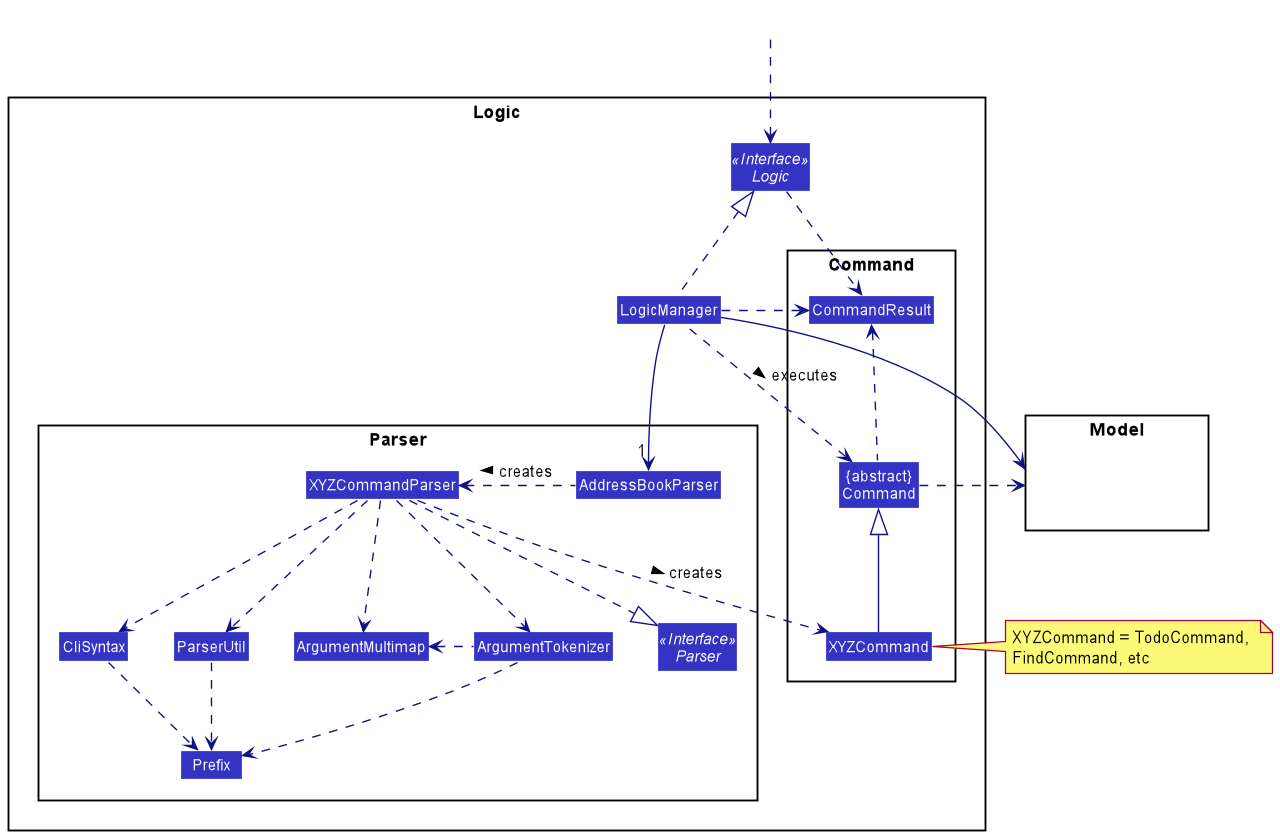
Above: docs/diagrams/LogicClassDiagram.png in nus-cs2103-AY2021S2/tp (PlantUML), before the change.
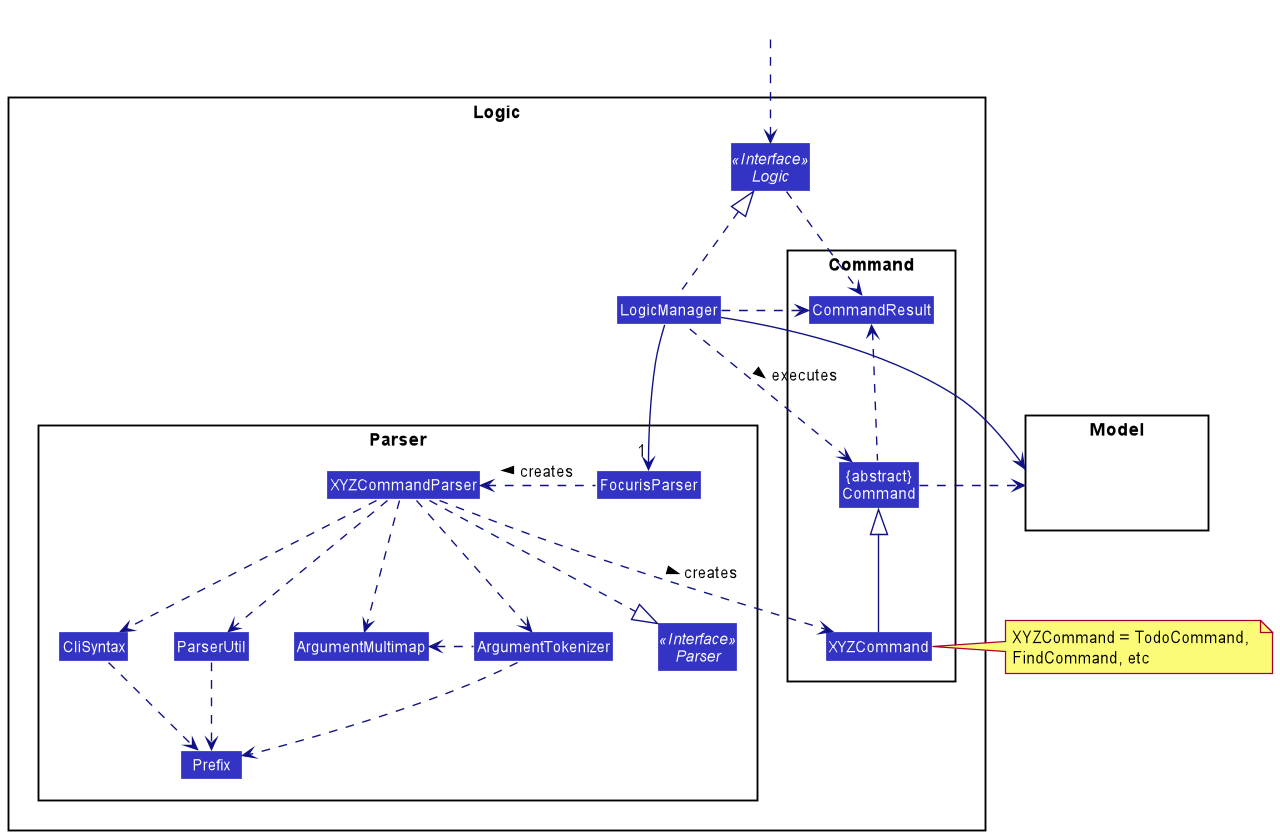
Above is the later version.

What changed in the source:
```diff
@@ -8,7 +8,7 @@
 
 package Parser {
 Interface Parser <<Interface>>
-Class AddressBookParser
+Class FocurisParser
 Class XYZCommandParser
 Class CliSyntax
 Class ParserUtil
@@ -35,8 +35,8 @@
 HiddenOutside ..> Logic
 
 LogicManager .up.|> Logic
-LogicManager -->"1" AddressBookParser
-AddressBookParser .left.> XYZCommandParser: creates >
+LogicManager -->"1" FocurisParser
+FocurisParser .left.> XYZCommandParser: creates >
 
 XYZCommandParser ..> XYZCommand : creates >
 XYZCommandParser ..|> Parser
```
